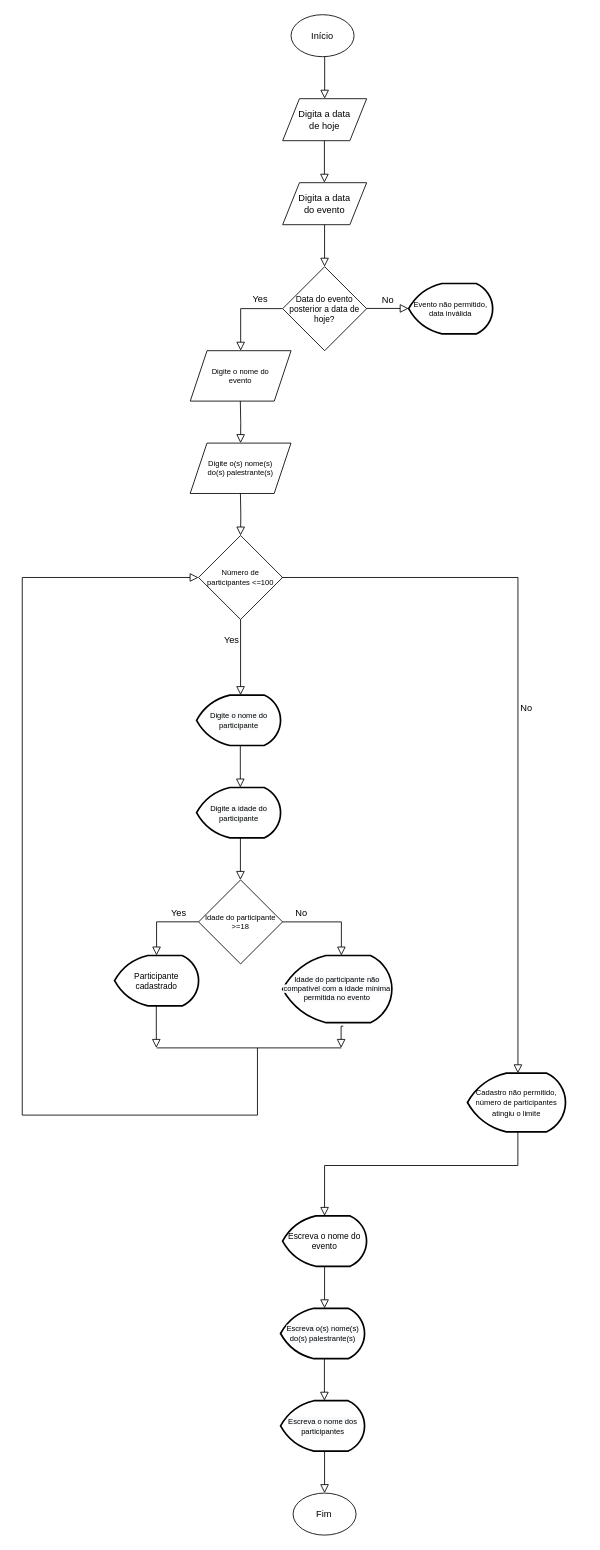
The draw.io diagram Untitled Diagram.drawio in luhan-melo/DIAGRAMS-SITE, before the edit. Source tidied: cells renumbered, new cells numbered last; positions are measured from the earlier drawing's top-left corner, leaving out a move shared by most shapes. Both pictures are drawn from the tidied source at 84%, with x=0, y=0 at pixel (22, 14).
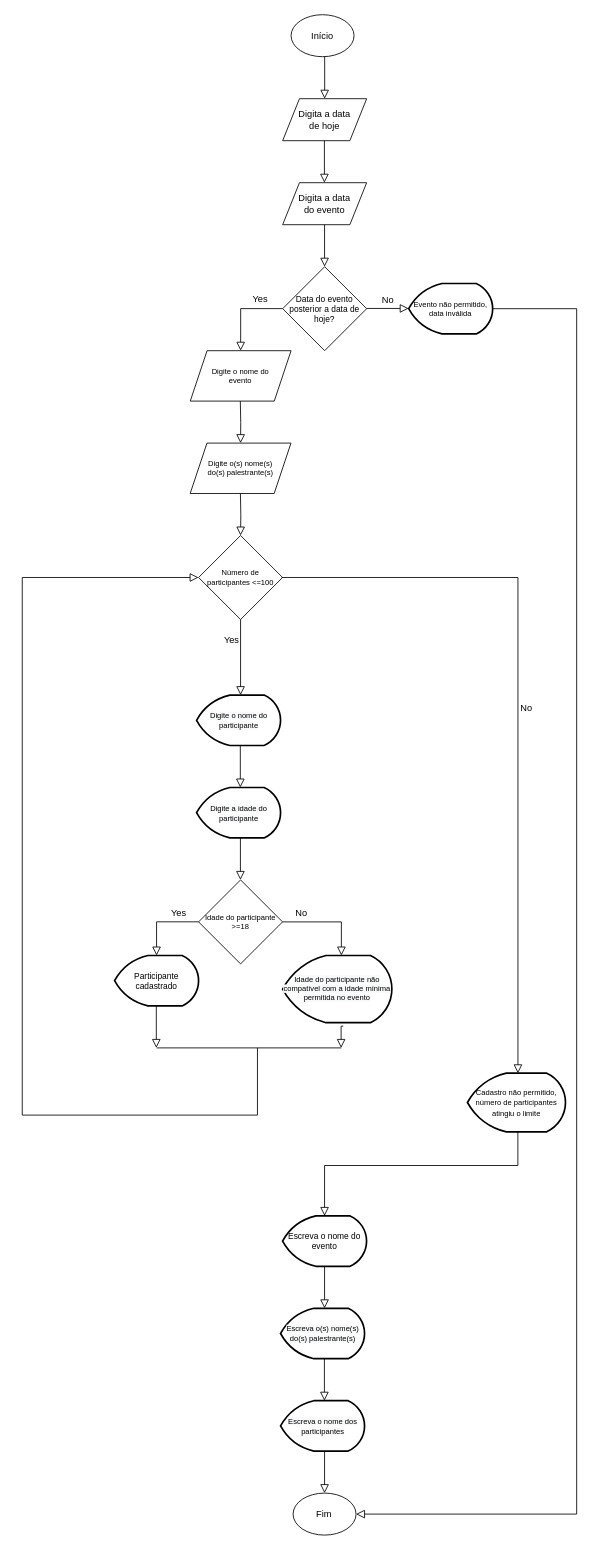
The same page after the edit.

Commit message:
incluído indicação de fim quando data invalida

Unchanged cells that the change refers to:
```xml
<mxCell id="11" value="Evento não permitido, data inválida" style="strokeWidth=2;html=1;shape=mxgraph.flowchart.display;whiteSpace=wrap;fontSize=9;" parent="1" vertex="1">
  <mxGeometry x="460" y="320" width="100" height="60" as="geometry" />
</mxCell>
<mxCell id="26" value="Fim" style="ellipse;whiteSpace=wrap;html=1;fontSize=11;" parent="1" vertex="1">
  <mxGeometry x="322.4" y="1760" width="75" height="50" as="geometry" />
</mxCell>
```

The edit, as a diff of the source:
```diff
@@
+    <mxCell id="41" style="rounded=0;html=1;jettySize=auto;fontSize=11;endArrow=block;endFill=0;endSize=8;strokeWidth=1;shadow=0;labelBackgroundColor=none;edgeStyle=orthogonalEdgeStyle;exitX=1;exitY=0.5;exitDx=0;exitDy=0;exitPerimeter=0;entryX=1;entryY=0.5;entryDx=0;entryDy=0;" parent="1" edge="1" source="11" target="26">
+      <mxGeometry relative="1" as="geometry">
+        <Array as="points">
+          <mxPoint x="660" y="350" />
+          <mxPoint x="660" y="1785" />
+        </Array>
+      </mxGeometry>
+    </mxCell>
```
